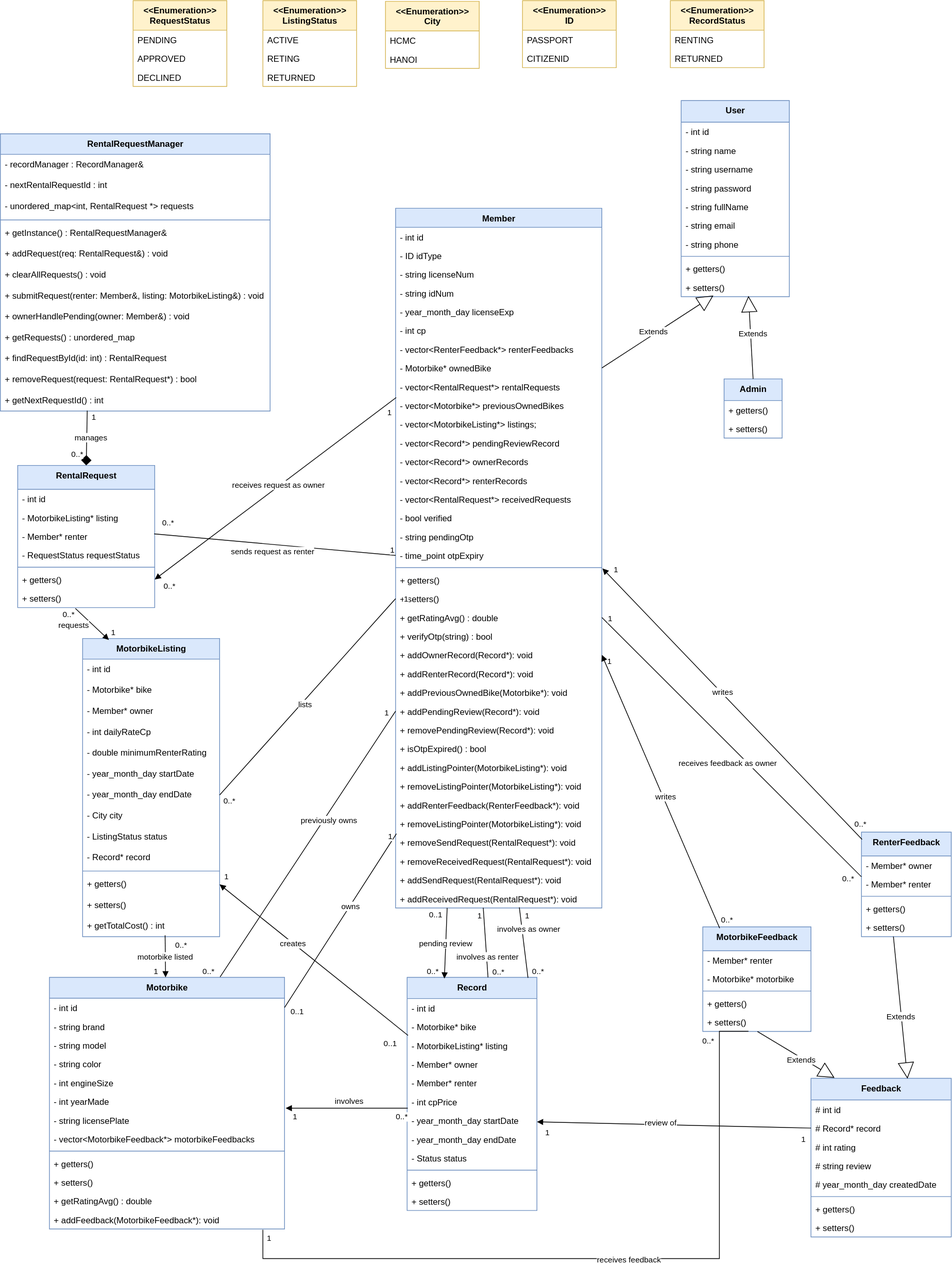
NguyenVoXuanDuy/Class-diagram keeps this draw.io diagram as conceptual_class_diagram.svg. Above is the earlier version. Source tidied: cells renumbered, new cells last; positions are measured from the earlier drawing's top-left corner, leaving out a move shared by most shapes.
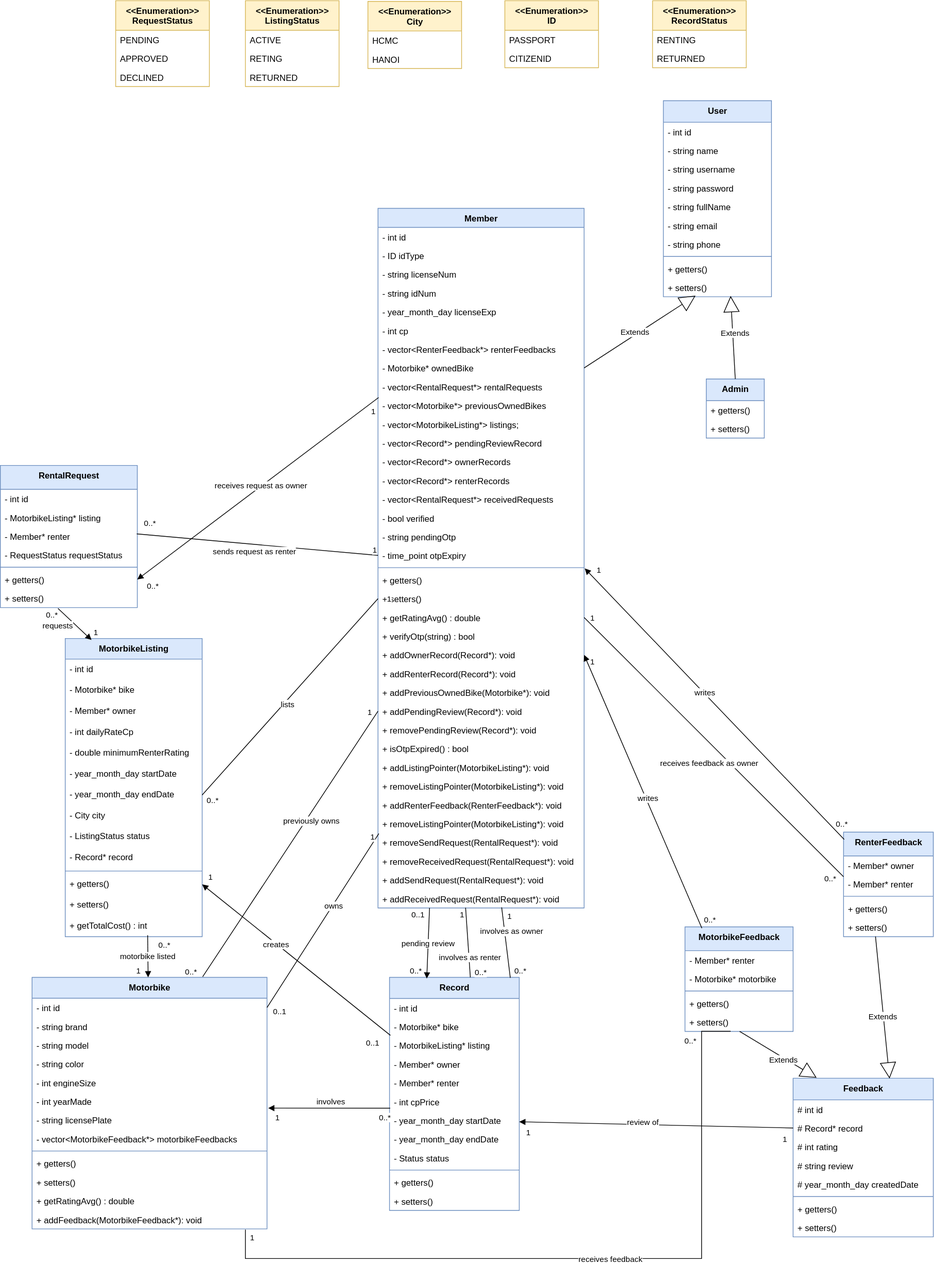
Later version of the same file.

What changed in the source:
```diff
@@ -704,66 +704,6 @@
         <mxPoint x="-3" y="1" as="offset" />
       </mxGeometry>
     </mxCell>
-    <mxCell id="201" value="RentalRequestManager" style="swimlane;fontStyle=1;align=center;verticalAlign=top;horizontal=1;startSize=28.571428571428573;fillColor=#dae8fc;strokeColor=#6c8ebf;" parent="1" vertex="1">
-      <mxGeometry y="185" width="374" height="384.6" as="geometry" />
-    </mxCell>
-    <mxCell id="202" value="- recordManager : RecordManager&amp;" style="text;strokeColor=none;fillColor=none;align=left;verticalAlign=top;spacingLeft=4;spacingRight=4;overflow=hidden;" parent="201" vertex="1">
-      <mxGeometry y="28.6" width="374" height="29" as="geometry" />
-    </mxCell>
-    <mxCell id="203" value="- nextRentalRequestId : int" style="text;strokeColor=none;fillColor=none;align=left;verticalAlign=top;spacingLeft=4;spacingRight=4;overflow=hidden;" parent="201" vertex="1">
-      <mxGeometry y="57.6" width="374" height="29" as="geometry" />
-    </mxCell>
-    <mxCell id="204" value="- unordered_map&lt;int, RentalRequest *&gt; requests" style="text;strokeColor=none;fillColor=none;align=left;verticalAlign=top;spacingLeft=4;spacingRight=4;overflow=hidden;" parent="201" vertex="1">
-      <mxGeometry y="86.6" width="374" height="29" as="geometry" />
-    </mxCell>
-    <mxCell id="205" style="line;strokeWidth=1;fillColor=none;align=left;verticalAlign=middle;spacingTop=-1;spacingLeft=3;spacingRight=3;labelPosition=right;strokeColor=inherit;" parent="201" vertex="1">
-      <mxGeometry y="115.6" width="374" height="8" as="geometry" />
-    </mxCell>
-    <mxCell id="206" value="+ getInstance() : RentalRequestManager&amp;" style="text;strokeColor=none;fillColor=none;align=left;verticalAlign=top;spacingLeft=4;spacingRight=4;overflow=hidden;" parent="201" vertex="1">
-      <mxGeometry y="123.6" width="374" height="29" as="geometry" />
-    </mxCell>
-    <mxCell id="207" value="+ addRequest(req: RentalRequest&amp;) : void" style="text;strokeColor=none;fillColor=none;align=left;verticalAlign=top;spacingLeft=4;spacingRight=4;overflow=hidden;" parent="201" vertex="1">
-      <mxGeometry y="152.6" width="374" height="29" as="geometry" />
-    </mxCell>
-    <mxCell id="208" value="+ clearAllRequests() : void" style="text;strokeColor=none;fillColor=none;align=left;verticalAlign=top;spacingLeft=4;spacingRight=4;overflow=hidden;" parent="201" vertex="1">
-      <mxGeometry y="181.6" width="374" height="29" as="geometry" />
-    </mxCell>
-    <mxCell id="209" value="+ submitRequest(renter: Member&amp;, listing: MotorbikeListing&amp;) : void" style="text;strokeColor=none;fillColor=none;align=left;verticalAlign=top;spacingLeft=4;spacingRight=4;overflow=hidden;" parent="201" vertex="1">
-      <mxGeometry y="210.6" width="374" height="29" as="geometry" />
-    </mxCell>
-    <mxCell id="210" value="+ ownerHandlePending(owner: Member&amp;) : void" style="text;strokeColor=none;fillColor=none;align=left;verticalAlign=top;spacingLeft=4;spacingRight=4;overflow=hidden;" parent="201" vertex="1">
-      <mxGeometry y="239.6" width="374" height="29" as="geometry" />
-    </mxCell>
-    <mxCell id="211" value="+ getRequests() : unordered_map" style="text;strokeColor=none;fillColor=none;align=left;verticalAlign=top;spacingLeft=4;spacingRight=4;overflow=hidden;" parent="201" vertex="1">
-      <mxGeometry y="268.6" width="374" height="29" as="geometry" />
-    </mxCell>
-    <mxCell id="212" value="+ findRequestById(id: int) : RentalRequest" style="text;strokeColor=none;fillColor=none;align=left;verticalAlign=top;spacingLeft=4;spacingRight=4;overflow=hidden;" parent="201" vertex="1">
-      <mxGeometry y="297.6" width="374" height="29" as="geometry" />
-    </mxCell>
-    <mxCell id="213" value="+ removeRequest(request: RentalRequest*) : bool" style="text;strokeColor=none;fillColor=none;align=left;verticalAlign=top;spacingLeft=4;spacingRight=4;overflow=hidden;" parent="201" vertex="1">
-      <mxGeometry y="326.6" width="374" height="29" as="geometry" />
-    </mxCell>
-    <mxCell id="214" value="+ getNextRequestId() : int" style="text;strokeColor=none;fillColor=none;align=left;verticalAlign=top;spacingLeft=4;spacingRight=4;overflow=hidden;points=[[0,0.5],[1,0.5]];portConstraint=eastwest;" parent="201" vertex="1">
-      <mxGeometry y="355.6" width="374" height="29" as="geometry" />
-    </mxCell>
-    <mxCell id="215" style="rounded=0;jettySize=auto;html=1;exitX=0.322;exitY=0.983;exitDx=0;exitDy=0;endArrow=diamond;endFill=1;startSize=12;endSize=12;entryX=0.5;entryY=0;entryDx=0;entryDy=0;exitPerimeter=0;" parent="1" edge="1" source="214" target="181">
-      <mxGeometry relative="1" as="geometry" />
-    </mxCell>
-    <mxCell id="216" value="1" style="edgeLabel;html=1;align=center;verticalAlign=middle;" parent="215" vertex="1">
-      <mxGeometry x="-0.56" y="1" relative="1" as="geometry">
-        <mxPoint x="7" y="-8" as="offset" />
-      </mxGeometry>
-    </mxCell>
-    <mxCell id="217" value="0..*" style="edgeLabel;html=1;align=center;verticalAlign=middle;" parent="215" vertex="1">
-      <mxGeometry x="0.61" y="-3" relative="1" as="geometry">
-        <mxPoint x="-11" y="-3" as="offset" />
-      </mxGeometry>
-    </mxCell>
-    <mxCell id="218" value="manages" style="edgeLabel;html=1;align=center;verticalAlign=middle;" parent="215" vertex="1">
-      <mxGeometry x="0.03" y="4" relative="1" as="geometry">
-        <mxPoint y="-4" as="offset" />
-      </mxGeometry>
-    </mxCell>
     <mxCell id="219" value="&lt;&lt;Enumeration&gt;&gt;&#10;RequestStatus" style="swimlane;fontStyle=1;align=center;verticalAlign=top;horizontal=1;startSize=41;fillColor=#fff2cc;strokeColor=#d6b656;" parent="1" vertex="1">
       <mxGeometry x="184" y="0.4" width="130" height="119" as="geometry" />
     </mxCell>
```
